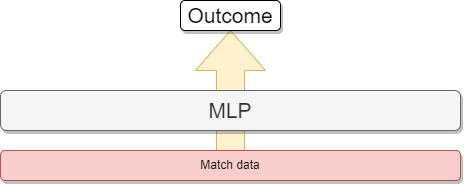
Earlier version of the draw.io export baseline/baseline-architecture.png (davnig/football-match-results-prediction). Source tidied: cells renumbered, new cells last; positions are measured from the earlier drawing's top-left corner, leaving out a move shared by most shapes.
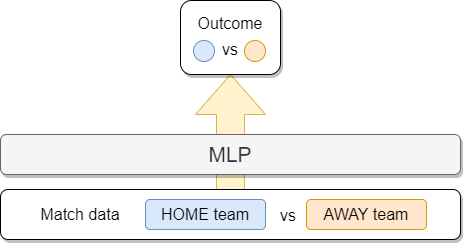
Later version of the same file.

The edit, as a diff of the source:
```diff
@@ -5,14 +5,32 @@
     <mxCell id="2" style="html=1;shadow=0;dashed=0;align=center;verticalAlign=middle;shape=mxgraph.arrows2.arrow;dy=0.6;dx=40;direction=north;notch=0;rounded=1;fontSize=21;fillColor=#fff2cc;strokeColor=#d6b656;" parent="1" vertex="1">
       <mxGeometry x="195" y="30" width="70" height="120" as="geometry" />
     </mxCell>
-    <mxCell id="3" value="Match data" style="rounded=1;whiteSpace=wrap;html=1;fillColor=#f8cecc;strokeColor=#b85450;shadow=1;" parent="1" vertex="1">
-      <mxGeometry y="150" width="460" height="30" as="geometry" />
+    <mxCell id="3" style="rounded=1;whiteSpace=wrap;html=1;shadow=1;spacingLeft=-7;" parent="1" vertex="1">
+      <mxGeometry y="145" width="460" height="50" as="geometry" />
     </mxCell>
     <mxCell id="4" value="MLP" style="rounded=1;whiteSpace=wrap;html=1;fontSize=21;fillColor=#f5f5f5;fontColor=#333333;strokeColor=#666666;shadow=1;" parent="1" vertex="1">
       <mxGeometry y="90" width="460" height="40" as="geometry" />
     </mxCell>
-    <mxCell id="5" value="Outcome" style="rounded=1;whiteSpace=wrap;html=1;shadow=1;fontSize=21;" parent="1" vertex="1">
-      <mxGeometry x="180" width="100" height="30" as="geometry" />
+    <mxCell id="5" value="&lt;font style=&quot;font-size: 16px;&quot;&gt;Outcome&lt;br&gt;vs&lt;br&gt;&lt;/font&gt;" style="rounded=1;whiteSpace=wrap;html=1;shadow=1;fontSize=21;spacingTop=-6;" parent="1" vertex="1">
+      <mxGeometry x="180" y="-44" width="100" height="74" as="geometry" />
     </mxCell>
+    <mxCell id="6" style="ellipse;whiteSpace=wrap;html=1;rounded=1;shadow=0;fontSize=16;fillColor=#dae8fc;strokeColor=#6c8ebf;" parent="1" vertex="1">
+      <mxGeometry x="193" y="-4" width="21" height="21" as="geometry" />
+    </mxCell>
+    <mxCell id="7" value="Match data" style="text;html=1;strokeColor=none;fillColor=none;align=center;verticalAlign=middle;whiteSpace=wrap;rounded=0;shadow=1;fontSize=16;" parent="1" vertex="1">
+      <mxGeometry x="10" y="155" width="140" height="30" as="geometry" />
+    </mxCell>
+    <mxCell id="8" value="vs" style="text;html=1;strokeColor=none;fillColor=none;align=center;verticalAlign=middle;whiteSpace=wrap;rounded=0;shadow=1;fontSize=16;" parent="1" vertex="1">
+      <mxGeometry x="270" y="160.5" width="36" height="20" as="geometry" />
+    </mxCell>
+    <mxCell id="9" style="ellipse;whiteSpace=wrap;html=1;rounded=1;shadow=0;fontSize=16;fillColor=#ffe6cc;strokeColor=#d79b00;" parent="1" vertex="1">
+      <mxGeometry x="244" y="-4" width="21" height="21" as="geometry" />
+    </mxCell>
+    <mxCell id="10" value="HOME team" style="rounded=1;whiteSpace=wrap;html=1;shadow=0;fontSize=16;fillColor=#dae8fc;strokeColor=#6c8ebf;" parent="1" vertex="1">
+      <mxGeometry x="145" y="155" width="120" height="30" as="geometry" />
+    </mxCell>
+    <mxCell id="11" value="AWAY team" style="rounded=1;whiteSpace=wrap;html=1;shadow=0;fontSize=16;fillColor=#ffe6cc;strokeColor=#d79b00;" parent="1" vertex="1">
+      <mxGeometry x="306" y="155" width="120" height="30" as="geometry" />
+    </mxCell>
   </root>
 </mxGraphModel>
```
